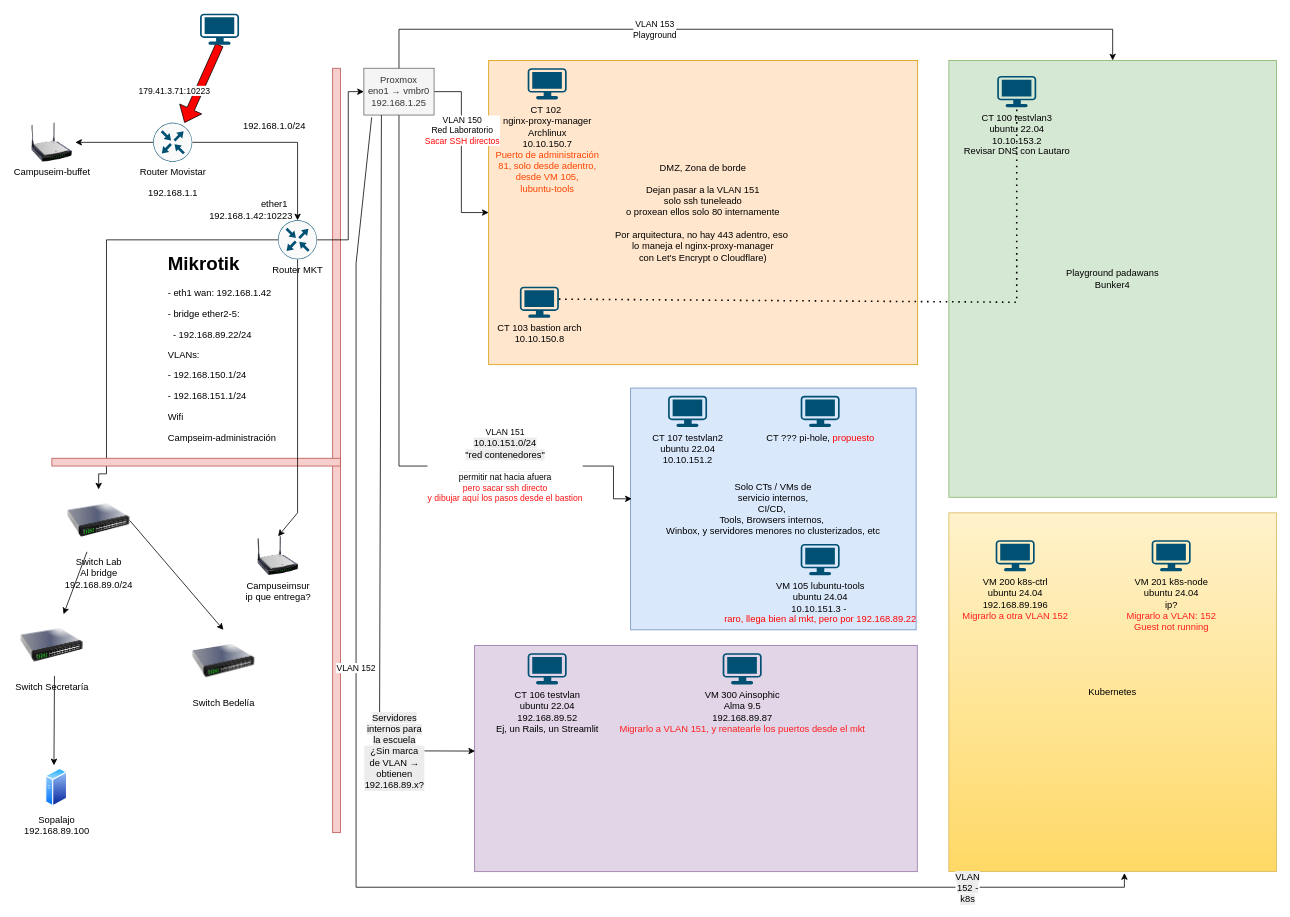
The draw.io diagram red proxmox.drawio in perfeccion-ar/infraestructura-clasica-y-avanzada, before the edit. Source tidied: cells renumbered, new cells numbered last; positions are measured from the earlier drawing's top-left corner, leaving out a move shared by most shapes. Both pictures are drawn from the tidied source at 78%, with x=0, y=0 at pixel (20, 13).
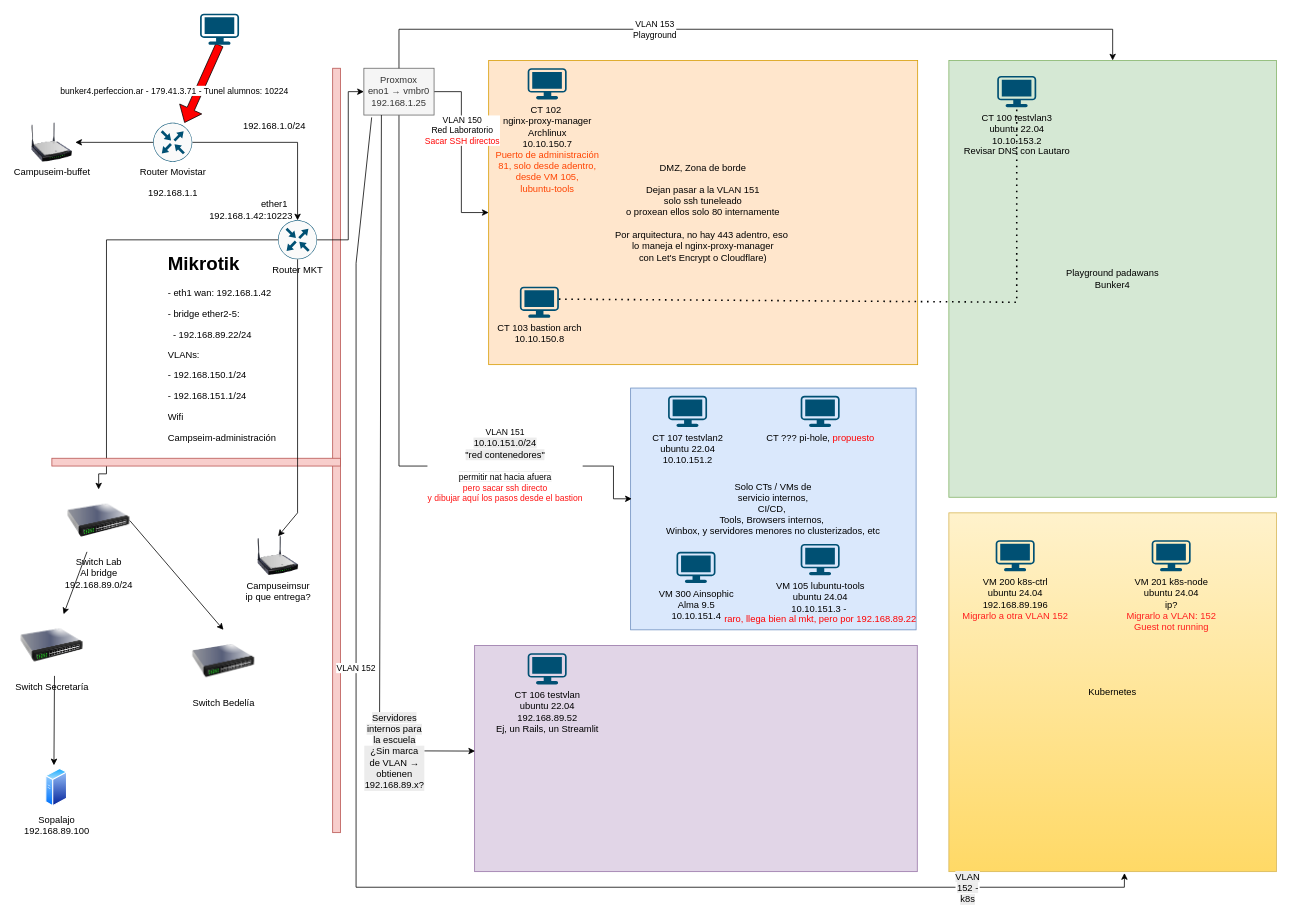
The same page after the edit.

Unchanged cells that the change refers to:
```xml
<mxCell id="17" style="shape=flexArrow;endArrow=classic;html=1;rounded=0;entryX=0.742;entryY=-0.065;entryDx=0;entryDy=0;entryPerimeter=0;fillColor=#FF0000;exitX=0.5;exitY=1;exitDx=0;exitDy=0;exitPerimeter=0;" parent="1" edge="1" source="19">
  <mxGeometry relative="1" as="geometry">
    <mxPoint x="210" y="140" as="targetPoint" />
  </mxGeometry>
</mxCell>
```

Change to the diagram source:
```diff
@@
-    <mxCell id="18" value="179.41.3.71:10223" style="edgeLabel;html=1;align=center;verticalAlign=middle;" parent="17" vertex="1">
+    <mxCell id="18" value="bunker4.perfeccion.ar - 179.41.3.71 - Tunel alumnos: 10224" style="edgeLabel;html=1;align=center;verticalAlign=middle;" parent="17" vertex="1">
       <mxGeometry x="0.71" y="-5" relative="1" as="geometry">
         <mxPoint x="-15" y="-25" as="offset" />
       </mxGeometry>
     </mxCell>
@@
-    <mxCell id="34" value="VM 300 Ainsophic&lt;div&gt;Alma 9.5&lt;div&gt;192.168.89.87&lt;/div&gt;&lt;/div&gt;&lt;div&gt;&lt;font style=&quot;color: rgb(255, 29, 29);&quot;&gt;Migrarlo a VLAN 151, y renatearle los puertos desde el mkt&lt;/font&gt;&lt;/div&gt;" style="verticalLabelPosition=bottom;sketch=0;html=1;verticalAlign=top;align=center;shape=mxgraph.cisco19.workstation;fillColor=#005073;strokeColor=none;" parent="1" vertex="1">
-      <mxGeometry x="900" y="820" width="50" height="40" as="geometry" />
+    <mxCell id="34" value="VM 300 Ainsophic&lt;div&gt;Alma 9.5&lt;div&gt;&lt;span style=&quot;background-color: transparent;&quot;&gt;10.10.151.4&lt;/span&gt;&lt;/div&gt;&lt;/div&gt;" style="verticalLabelPosition=bottom;sketch=0;html=1;verticalAlign=top;align=center;shape=mxgraph.cisco19.workstation;fillColor=#005073;strokeColor=none;" parent="1" vertex="1">
+      <mxGeometry x="840.8" y="690" width="50" height="40" as="geometry" />
     </mxCell>
```
